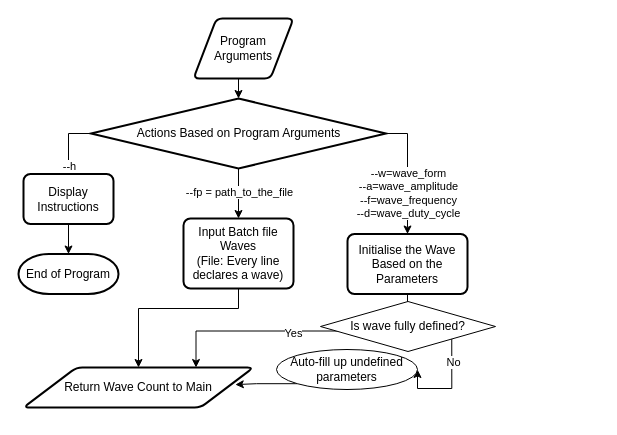
The draw.io diagram ca2/flowcharts/Wave Initialisation.drawio in JinZihang/NTU-MA4830-RealtimeSoftwareForMechatronicSystems, before the edit. Source tidied: cells renumbered, new cells numbered last; positions are measured from the earlier drawing's top-left corner, leaving out a move shared by most shapes. Both pictures are drawn from the tidied source at 100%, with x=0, y=0 at pixel (18, 18).
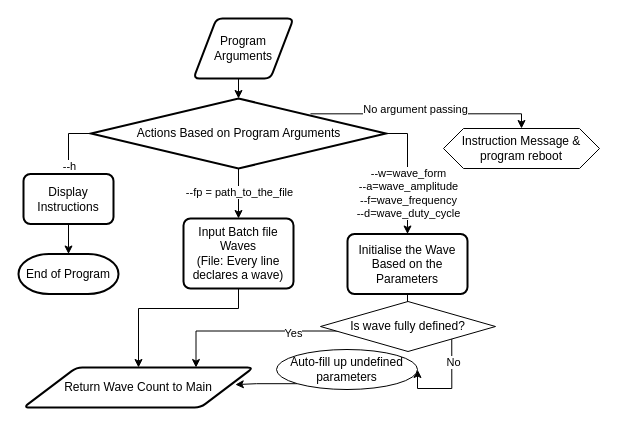
Above is the later version.

Unchanged cells that the change refers to:
```xml
<mxCell id="16" value="Actions Based on Program Arguments" style="strokeWidth=2;html=1;shape=mxgraph.flowchart.decision;whiteSpace=wrap;" parent="1" vertex="1">
  <mxGeometry x="72.5" y="80" width="295" height="70" as="geometry" />
</mxCell>
```

Diff of the diagram source:
```diff
@@
+    <mxCell id="26" style="edgeStyle=orthogonalEdgeStyle;rounded=0;jettySize=auto;html=1;exitX=0.744;exitY=0.219;exitDx=0;exitDy=0;exitPerimeter=0;entryX=0.5;entryY=0;entryDx=0;entryDy=0;" parent="1" edge="1" source="16" target="28">
+      <mxGeometry relative="1" as="geometry">
+        <Array as="points">
+          <mxPoint x="503" y="95" />
+        </Array>
+      </mxGeometry>
+    </mxCell>
+    <mxCell id="27" value="No argument passing" style="edgeLabel;html=1;align=center;verticalAlign=middle;" parent="26" vertex="1">
+      <mxGeometry x="-0.19" y="-1" relative="1" as="geometry">
+        <mxPoint x="14" y="-6" as="offset" />
+      </mxGeometry>
+    </mxCell>
+    <mxCell id="28" value="Instruction Message &amp;amp; program reboot" style="shape=hexagon;perimeter=hexagonPerimeter2;whiteSpace=wrap;html=1;fixedSize=1;" parent="1" vertex="1">
+      <mxGeometry x="425" y="110" width="156" height="40" as="geometry" />
+    </mxCell>
```
